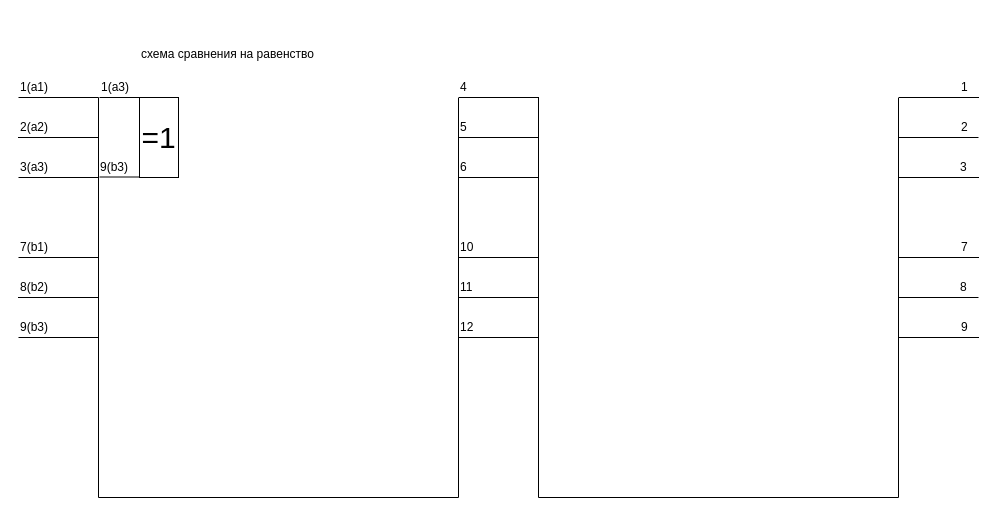
nayutalienx/digital_circuits keeps this draw.io diagram as comparing.drawio. Above is the earlier version. Source tidied: cells renumbered, new cells numbered last; positions are measured from the earlier drawing's top-left corner, leaving out a move shared by most shapes. Both pictures are drawn from the tidied source at 100%, with x=0, y=0 at pixel (18, 44).
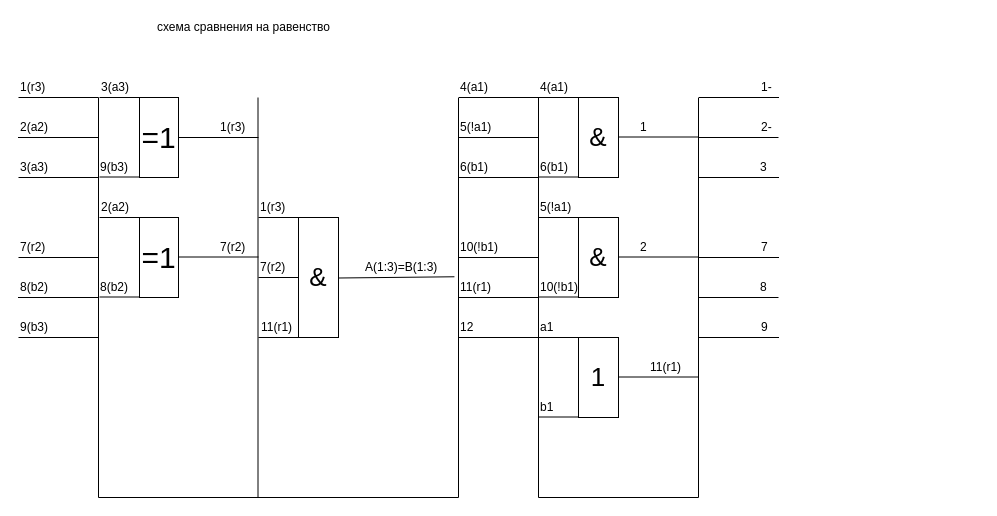
The same page after the edit.

What changed in the source:
```diff
@@
     <mxCell id="18" style="endArrow=none;html=1;" parent="1" edge="1">
       <mxGeometry relative="1" as="geometry">
         <mxPoint x="520" y="453" as="sourcePoint" />
-        <mxPoint x="880" y="453" as="targetPoint" />
+        <mxPoint x="680" y="453" as="targetPoint" />
       </mxGeometry>
     </mxCell>
     <mxCell id="19" style="endArrow=none;html=1;" parent="1" edge="1">
       <mxGeometry relative="1" as="geometry">
-        <mxPoint x="880" y="453" as="sourcePoint" />
-        <mxPoint x="880" y="53" as="targetPoint" />
+        <mxPoint x="680" y="453" as="sourcePoint" />
+        <mxPoint x="680" y="53" as="targetPoint" />
       </mxGeometry>
     </mxCell>
     <mxCell id="20" style="endArrow=none;html=1;" parent="1" edge="1">
       <mxGeometry relative="1" as="geometry">
-        <mxPoint x="880.5" y="53" as="sourcePoint" />
-        <mxPoint x="960.5" y="53" as="targetPoint" />
+        <mxPoint x="680.5" y="53" as="sourcePoint" />
+        <mxPoint x="760.5" y="53" as="targetPoint" />
       </mxGeometry>
     </mxCell>
     <mxCell id="21" style="endArrow=none;html=1;" parent="1" edge="1">
       <mxGeometry relative="1" as="geometry">
-        <mxPoint x="880" y="93" as="sourcePoint" />
-        <mxPoint x="960" y="93" as="targetPoint" />
+        <mxPoint x="680" y="93" as="sourcePoint" />
+        <mxPoint x="760" y="93" as="targetPoint" />
       </mxGeometry>
     </mxCell>
     <mxCell id="22" style="endArrow=none;html=1;" parent="1" edge="1">
       <mxGeometry relative="1" as="geometry">
-        <mxPoint x="880.5" y="133" as="sourcePoint" />
-        <mxPoint x="960.5" y="133" as="targetPoint" />
+        <mxPoint x="680.5" y="133" as="sourcePoint" />
+        <mxPoint x="760.5" y="133" as="targetPoint" />
       </mxGeometry>
     </mxCell>
     <mxCell id="23" style="endArrow=none;html=1;" parent="1" edge="1">
       <mxGeometry relative="1" as="geometry">
-        <mxPoint x="880.5" y="213" as="sourcePoint" />
-        <mxPoint x="960.5" y="213" as="targetPoint" />
+        <mxPoint x="680.5" y="213" as="sourcePoint" />
+        <mxPoint x="760.5" y="213" as="targetPoint" />
       </mxGeometry>
     </mxCell>
     <mxCell id="24" style="endArrow=none;html=1;" parent="1" edge="1">
       <mxGeometry relative="1" as="geometry">
-        <mxPoint x="880" y="253" as="sourcePoint" />
-        <mxPoint x="960" y="253" as="targetPoint" />
+        <mxPoint x="680" y="253" as="sourcePoint" />
+        <mxPoint x="760" y="253" as="targetPoint" />
       </mxGeometry>
     </mxCell>
     <mxCell id="25" style="endArrow=none;html=1;" parent="1" edge="1">
       <mxGeometry relative="1" as="geometry">
-        <mxPoint x="880.5" y="293" as="sourcePoint" />
-        <mxPoint x="960.5" y="293" as="targetPoint" />
+        <mxPoint x="680.5" y="293" as="sourcePoint" />
+        <mxPoint x="760.5" y="293" as="targetPoint" />
       </mxGeometry>
     </mxCell>
-    <mxCell id="26" value="1(а1)" style="text;html=1;align=left;verticalAlign=top;spacingTop=-4;" parent="1" vertex="1">
+    <mxCell id="26" value="1(r3)" style="text;html=1;align=left;verticalAlign=top;spacingTop=-4;" parent="1" vertex="1">
       <mxGeometry y="33" width="40" height="20" as="geometry" />
     </mxCell>
@@
-    <mxCell id="29" value="4" style="text;html=1;align=left;verticalAlign=top;spacingTop=-4;" parent="1" vertex="1">
-      <mxGeometry x="440" y="33" width="20" height="20" as="geometry" />
+    <mxCell id="29" value="4(a1)" style="text;html=1;align=left;verticalAlign=top;spacingTop=-4;" parent="1" vertex="1">
+      <mxGeometry x="440" y="33" width="40" height="20" as="geometry" />
     </mxCell>
-    <mxCell id="30" value="5" style="text;html=1;align=left;verticalAlign=top;spacingTop=-4;" parent="1" vertex="1">
-      <mxGeometry x="440" y="73" width="20" height="20" as="geometry" />
+    <mxCell id="30" value="5(!a1)" style="text;html=1;align=left;verticalAlign=top;spacingTop=-4;" parent="1" vertex="1">
+      <mxGeometry x="440" y="73" width="50" height="20" as="geometry" />
     </mxCell>
-    <mxCell id="31" value="6" style="text;html=1;align=left;verticalAlign=top;spacingTop=-4;" parent="1" vertex="1">
-      <mxGeometry x="440" y="113" width="20" height="20" as="geometry" />
+    <mxCell id="31" value="6(b1)" style="text;html=1;align=left;verticalAlign=top;spacingTop=-4;" parent="1" vertex="1">
+      <mxGeometry x="440" y="113" width="40" height="20" as="geometry" />
     </mxCell>
-    <mxCell id="32" value="10" style="text;html=1;align=left;verticalAlign=top;spacingTop=-4;" parent="1" vertex="1">
-      <mxGeometry x="440" y="193" width="30" height="20" as="geometry" />
+    <mxCell id="32" value="10(!b1)" style="text;html=1;align=left;verticalAlign=top;spacingTop=-4;" parent="1" vertex="1">
+      <mxGeometry x="440" y="193" width="50" height="20" as="geometry" />
     </mxCell>
-    <mxCell id="33" value="11" style="text;html=1;points=[];align=left;verticalAlign=top;spacingTop=-4;" parent="1" vertex="1">
-      <mxGeometry x="440" y="233" width="30" height="20" as="geometry" />
+    <mxCell id="33" value="11(r1)" style="text;html=1;points=[];align=left;verticalAlign=top;spacingTop=-4;" parent="1" vertex="1">
+      <mxGeometry x="440" y="233" width="50" height="20" as="geometry" />
     </mxCell>
@@
-    <mxCell id="35" value="7(b1)" style="text;html=1;align=left;verticalAlign=top;spacingTop=-4;" parent="1" vertex="1">
+    <mxCell id="35" value="7(r2)" style="text;html=1;align=left;verticalAlign=top;spacingTop=-4;" parent="1" vertex="1">
       <mxGeometry y="193" width="40" height="20" as="geometry" />
     </mxCell>
@@
-    <mxCell id="38" value="1" style="text;html=1;align=left;verticalAlign=top;spacingTop=-4;" parent="1" vertex="1">
-      <mxGeometry x="940.5" y="33" width="20" height="20" as="geometry" />
+    <mxCell id="38" value="1-" style="text;html=1;align=left;verticalAlign=top;spacingTop=-4;" parent="1" vertex="1">
+      <mxGeometry x="740.5" y="33" width="30" height="20" as="geometry" />
     </mxCell>
-    <mxCell id="39" value="2" style="text;html=1;align=left;verticalAlign=top;spacingTop=-4;" parent="1" vertex="1">
-      <mxGeometry x="940.5" y="73" width="20" height="20" as="geometry" />
+    <mxCell id="39" value="2-" style="text;html=1;align=left;verticalAlign=top;spacingTop=-4;" parent="1" vertex="1">
+      <mxGeometry x="740.5" y="73" width="30" height="20" as="geometry" />
     </mxCell>
     <mxCell id="40" value="3" style="text;html=1;align=left;verticalAlign=top;spacingTop=-4;" parent="1" vertex="1">
-      <mxGeometry x="940" y="113" width="20" height="20" as="geometry" />
+      <mxGeometry x="740" y="113" width="20" height="20" as="geometry" />
     </mxCell>
     <mxCell id="41" value="7" style="text;html=1;align=left;verticalAlign=top;spacingTop=-4;" parent="1" vertex="1">
-      <mxGeometry x="940.5" y="193" width="20" height="20" as="geometry" />
+      <mxGeometry x="740.5" y="193" width="20" height="20" as="geometry" />
     </mxCell>
     <mxCell id="42" value="8" style="text;html=1;align=left;verticalAlign=top;spacingTop=-4;" parent="1" vertex="1">
-      <mxGeometry x="940" y="233" width="20" height="20" as="geometry" />
+      <mxGeometry x="740" y="233" width="20" height="20" as="geometry" />
     </mxCell>
     <mxCell id="43" value="9" style="text;html=1;align=left;verticalAlign=top;spacingTop=-4;" parent="1" vertex="1">
-      <mxGeometry x="940.5" y="273" width="20" height="20" as="geometry" />
+      <mxGeometry x="740.5" y="273" width="20" height="20" as="geometry" />
     </mxCell>
     <mxCell id="44" value="схема сравнения на равенство&lt;br&gt;" style="text;html=1;align=left;verticalAlign=top;spacingTop=-4;" parent="1" vertex="1">
-      <mxGeometry x="121" width="190" height="20" as="geometry" />
+      <mxGeometry x="137" y="-27" width="190" height="20" as="geometry" />
     </mxCell>
@@
-    <mxCell id="48" value="1(a3)" style="text;html=1;align=left;verticalAlign=top;spacingTop=-4;" parent="1" vertex="1">
+    <mxCell id="48" value="3(a3)" style="text;html=1;align=left;verticalAlign=top;spacingTop=-4;" parent="1" vertex="1">
       <mxGeometry x="81" y="33" width="40" height="20" as="geometry" />
     </mxCell>
@@
+    <mxCell id="50" value="&lt;font style=&quot;font-size: 30px&quot;&gt;=1&lt;/font&gt;" style="rounded=0;whiteSpace=wrap;html=1;" parent="1" vertex="1">
+      <mxGeometry x="121" y="173" width="39" height="80" as="geometry" />
+    </mxCell>
+    <mxCell id="51" style="endArrow=none;html=1;" parent="1" edge="1">
+      <mxGeometry relative="1" as="geometry">
+        <mxPoint x="81" y="173" as="sourcePoint" />
+        <mxPoint x="121" y="173" as="targetPoint" />
+      </mxGeometry>
+    </mxCell>
+    <mxCell id="52" style="endArrow=none;html=1;" parent="1" edge="1">
+      <mxGeometry relative="1" as="geometry">
+        <mxPoint x="81" y="252.5" as="sourcePoint" />
+        <mxPoint x="121" y="252.5" as="targetPoint" />
+      </mxGeometry>
+    </mxCell>
+    <mxCell id="53" value="2(a2)" style="text;html=1;align=left;verticalAlign=top;spacingTop=-4;" parent="1" vertex="1">
+      <mxGeometry x="81" y="153" width="40" height="20" as="geometry" />
+    </mxCell>
+    <mxCell id="54" value="8(b2)" style="text;html=1;align=left;verticalAlign=top;spacingTop=-4;" parent="1" vertex="1">
+      <mxGeometry x="80" y="233" width="40" height="20" as="geometry" />
+    </mxCell>
+    <mxCell id="55" style="endArrow=none;html=1;" parent="1" edge="1">
+      <mxGeometry relative="1" as="geometry">
+        <mxPoint x="160" y="93" as="sourcePoint" />
+        <mxPoint x="240" y="93" as="targetPoint" />
+      </mxGeometry>
+    </mxCell>
+    <mxCell id="56" style="endArrow=none;html=1;" parent="1" edge="1">
+      <mxGeometry relative="1" as="geometry">
+        <mxPoint x="160" y="212.5" as="sourcePoint" />
+        <mxPoint x="240" y="212.5" as="targetPoint" />
+      </mxGeometry>
+    </mxCell>
+    <mxCell id="57" value="1(r3)" style="text;html=1;align=left;verticalAlign=top;spacingTop=-4;" parent="1" vertex="1">
+      <mxGeometry x="200" y="73" width="40" height="20" as="geometry" />
+    </mxCell>
+    <mxCell id="58" value="7(r2)" style="text;html=1;align=left;verticalAlign=top;spacingTop=-4;" parent="1" vertex="1">
+      <mxGeometry x="200" y="193" width="40" height="20" as="geometry" />
+    </mxCell>
+    <mxCell id="59" style="endArrow=none;html=1;" parent="1" edge="1">
+      <mxGeometry relative="1" as="geometry">
+        <mxPoint x="239.5" y="453" as="sourcePoint" />
+        <mxPoint x="239.5" y="53" as="targetPoint" />
+      </mxGeometry>
+    </mxCell>
+    <mxCell id="60" value="&lt;font style=&quot;font-size: 26px&quot;&gt;&amp;amp;&lt;/font&gt;" style="rounded=0;whiteSpace=wrap;html=1;" parent="1" vertex="1">
+      <mxGeometry x="280" y="173" width="40" height="120" as="geometry" />
+    </mxCell>
+    <mxCell id="61" style="endArrow=none;html=1;entryX=0;entryY=0;entryDx=0;entryDy=0;entryPerimeter=0;" parent="1" edge="1" target="60">
+      <mxGeometry relative="1" as="geometry">
+        <mxPoint x="240" y="173" as="sourcePoint" />
+      </mxGeometry>
+    </mxCell>
+    <mxCell id="62" style="endArrow=none;html=1;entryX=0;entryY=0;entryDx=0;entryDy=0;entryPerimeter=0;" parent="1" edge="1">
+      <mxGeometry relative="1" as="geometry">
+        <mxPoint x="240" y="233" as="sourcePoint" />
+        <mxPoint x="280" y="233" as="targetPoint" />
+      </mxGeometry>
+    </mxCell>
+    <mxCell id="63" style="endArrow=none;html=1;entryX=0;entryY=0;entryDx=0;entryDy=0;entryPerimeter=0;" parent="1" edge="1">
+      <mxGeometry relative="1" as="geometry">
+        <mxPoint x="240" y="293" as="sourcePoint" />
+        <mxPoint x="280" y="293" as="targetPoint" />
+      </mxGeometry>
+    </mxCell>
+    <mxCell id="64" style="endArrow=none;html=1;entryX=-0.081;entryY=-0.036;entryDx=0;entryDy=0;entryPerimeter=0;" parent="1" edge="1" target="33">
+      <mxGeometry relative="1" as="geometry">
+        <mxPoint x="320" y="233.5" as="sourcePoint" />
+      </mxGeometry>
+    </mxCell>
+    <mxCell id="65" value="1(r3)" style="text;html=1;align=left;verticalAlign=top;spacingTop=-4;" parent="1" vertex="1">
+      <mxGeometry x="240" y="153" width="40" height="20" as="geometry" />
+    </mxCell>
+    <mxCell id="66" value="7(r2)" style="text;html=1;align=left;verticalAlign=top;spacingTop=-4;" parent="1" vertex="1">
+      <mxGeometry x="240" y="213" width="40" height="20" as="geometry" />
+    </mxCell>
+    <mxCell id="67" value="11(r1)" style="text;html=1;align=left;verticalAlign=top;spacingTop=-4;" parent="1" vertex="1">
+      <mxGeometry x="241" y="273" width="50" height="20" as="geometry" />
+    </mxCell>
+    <mxCell id="68" value="A(1:3)=B(1:3)" style="text;html=1;align=left;verticalAlign=top;spacingTop=-4;" parent="1" vertex="1">
+      <mxGeometry x="345" y="213" width="90" height="20" as="geometry" />
+    </mxCell>
+    <mxCell id="69" value="&lt;font style=&quot;font-size: 26px&quot;&gt;&amp;amp;&lt;/font&gt;" style="rounded=0;whiteSpace=wrap;html=1;" parent="1" vertex="1">
+      <mxGeometry x="560" y="53" width="40" height="80" as="geometry" />
+    </mxCell>
+    <mxCell id="70" style="endArrow=none;html=1;entryX=0;entryY=0;entryDx=0;entryDy=0;entryPerimeter=0;" parent="1" edge="1" target="69">
+      <mxGeometry relative="1" as="geometry">
+        <mxPoint x="520" y="53" as="sourcePoint" />
+      </mxGeometry>
+    </mxCell>
+    <mxCell id="71" style="endArrow=none;html=1;entryX=0;entryY=0;entryDx=0;entryDy=0;entryPerimeter=0;" parent="1" edge="1">
+      <mxGeometry relative="1" as="geometry">
+        <mxPoint x="520" y="132.5" as="sourcePoint" />
+        <mxPoint x="560" y="132.5" as="targetPoint" />
+      </mxGeometry>
+    </mxCell>
+    <mxCell id="72" value="4(a1)" style="text;html=1;align=left;verticalAlign=top;spacingTop=-4;" parent="1" vertex="1">
+      <mxGeometry x="520" y="33" width="40" height="20" as="geometry" />
+    </mxCell>
+    <mxCell id="73" value="6(b1)" style="text;html=1;align=left;verticalAlign=top;spacingTop=-4;" parent="1" vertex="1">
+      <mxGeometry x="520" y="113" width="40" height="20" as="geometry" />
+    </mxCell>
+    <mxCell id="74" style="endArrow=none;html=1;" parent="1" edge="1">
+      <mxGeometry relative="1" as="geometry">
+        <mxPoint x="600" y="92.5" as="sourcePoint" />
+        <mxPoint x="680" y="92.5" as="targetPoint" />
+      </mxGeometry>
+    </mxCell>
+    <mxCell id="75" value="&lt;font style=&quot;font-size: 26px&quot;&gt;&amp;amp;&lt;/font&gt;" style="rounded=0;whiteSpace=wrap;html=1;" parent="1" vertex="1">
+      <mxGeometry x="560" y="173" width="40" height="80" as="geometry" />
+    </mxCell>
+    <mxCell id="76" style="endArrow=none;html=1;entryX=0;entryY=0;entryDx=0;entryDy=0;entryPerimeter=0;" parent="1" edge="1" target="75">
+      <mxGeometry relative="1" as="geometry">
+        <mxPoint x="520" y="173" as="sourcePoint" />
+      </mxGeometry>
+    </mxCell>
+    <mxCell id="77" style="endArrow=none;html=1;entryX=0;entryY=0;entryDx=0;entryDy=0;entryPerimeter=0;" parent="1" edge="1">
+      <mxGeometry relative="1" as="geometry">
+        <mxPoint x="520" y="252.5" as="sourcePoint" />
+        <mxPoint x="560" y="252.5" as="targetPoint" />
+      </mxGeometry>
+    </mxCell>
+    <mxCell id="78" value="5(!a1)" style="text;html=1;align=left;verticalAlign=top;spacingTop=-4;" parent="1" vertex="1">
+      <mxGeometry x="520" y="153" width="50" height="20" as="geometry" />
+    </mxCell>
+    <mxCell id="79" value="10(!b1)" style="text;html=1;align=left;verticalAlign=top;spacingTop=-4;" parent="1" vertex="1">
+      <mxGeometry x="520" y="233" width="50" height="20" as="geometry" />
+    </mxCell>
+    <mxCell id="80" style="endArrow=none;html=1;" parent="1" edge="1">
+      <mxGeometry relative="1" as="geometry">
+        <mxPoint x="600" y="212.5" as="sourcePoint" />
+        <mxPoint x="680" y="212.5" as="targetPoint" />
+      </mxGeometry>
+    </mxCell>
+    <mxCell id="81" value="&lt;font style=&quot;font-size: 26px&quot;&gt;1&lt;/font&gt;" style="rounded=0;whiteSpace=wrap;html=1;" parent="1" vertex="1">
+      <mxGeometry x="560" y="293" width="40" height="80" as="geometry" />
+    </mxCell>
+    <mxCell id="82" style="endArrow=none;html=1;entryX=0;entryY=0;entryDx=0;entryDy=0;entryPerimeter=0;" parent="1" edge="1" target="81">
+      <mxGeometry relative="1" as="geometry">
+        <mxPoint x="520" y="293" as="sourcePoint" />
+      </mxGeometry>
+    </mxCell>
+    <mxCell id="83" style="endArrow=none;html=1;entryX=0;entryY=0;entryDx=0;entryDy=0;entryPerimeter=0;" parent="1" edge="1">
+      <mxGeometry relative="1" as="geometry">
+        <mxPoint x="520" y="372.5" as="sourcePoint" />
+        <mxPoint x="560" y="372.5" as="targetPoint" />
+      </mxGeometry>
+    </mxCell>
+    <mxCell id="84" value="a1" style="text;html=1;align=left;verticalAlign=top;spacingTop=-4;" parent="1" vertex="1">
+      <mxGeometry x="520" y="273" width="30" height="20" as="geometry" />
+    </mxCell>
+    <mxCell id="85" value="b1" style="text;html=1;align=left;verticalAlign=top;spacingTop=-4;" parent="1" vertex="1">
+      <mxGeometry x="520" y="353" width="30" height="20" as="geometry" />
+    </mxCell>
+    <mxCell id="86" style="endArrow=none;html=1;" parent="1" edge="1">
+      <mxGeometry relative="1" as="geometry">
+        <mxPoint x="600" y="332.5" as="sourcePoint" />
+        <mxPoint x="680" y="332.5" as="targetPoint" />
+      </mxGeometry>
+    </mxCell>
+    <mxCell id="87" value="1" style="text;html=1;align=left;verticalAlign=top;spacingTop=-4;" parent="1" vertex="1">
+      <mxGeometry x="620" y="73" width="20" height="20" as="geometry" />
+    </mxCell>
+    <mxCell id="88" value="2" style="text;html=1;align=left;verticalAlign=top;spacingTop=-4;" parent="1" vertex="1">
+      <mxGeometry x="620" y="193" width="20" height="20" as="geometry" />
+    </mxCell>
+    <mxCell id="89" value="11(r1)" style="text;html=1;align=left;verticalAlign=top;spacingTop=-4;" parent="1" vertex="1">
+      <mxGeometry x="630" y="313" width="50" height="20" as="geometry" />
+    </mxCell>
```
